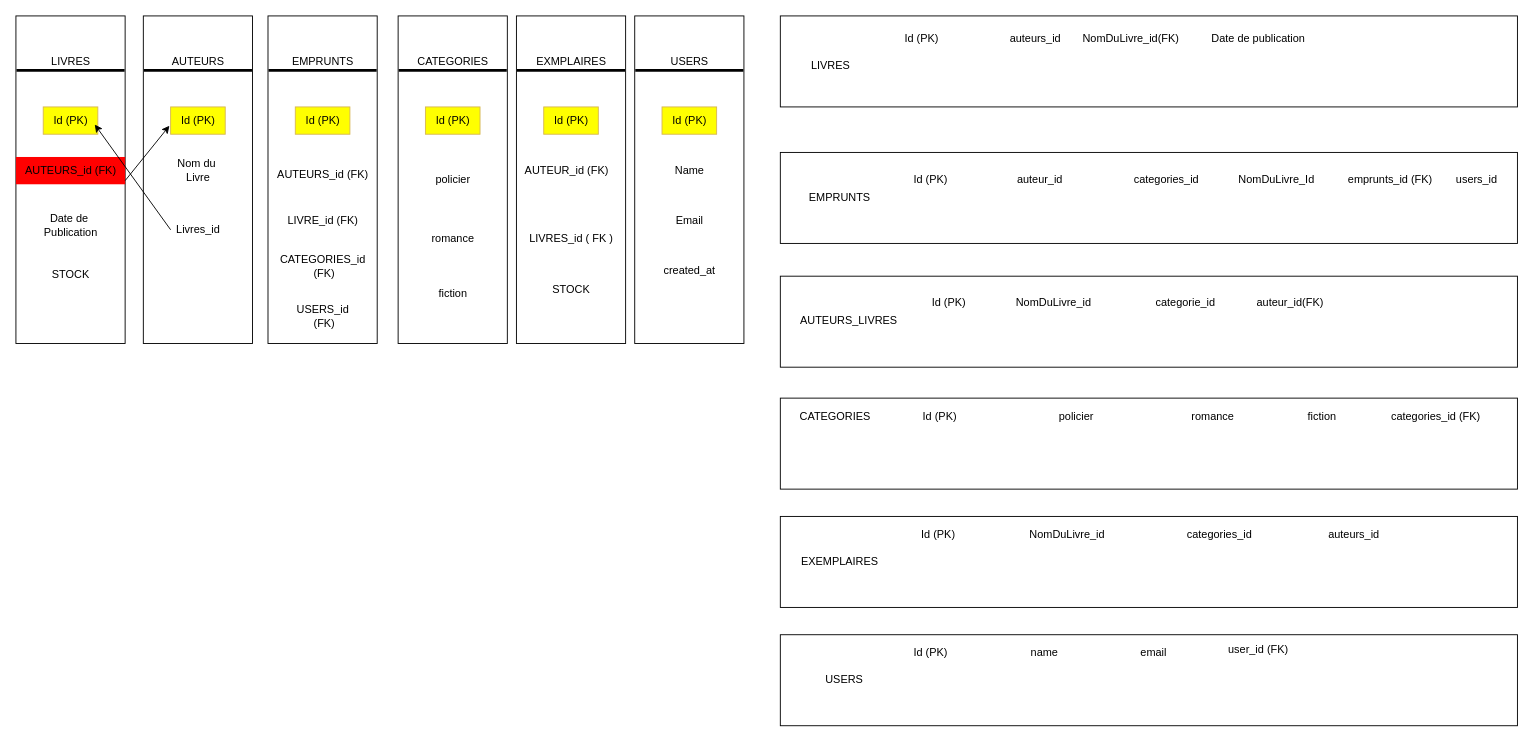
Earlier version of the draw.io diagram programming/node/Diagramme sans nom.drawio (Frantz-tech/current-training). Source tidied: cells renumbered, new cells numbered last; positions are measured from the earlier drawing's top-left corner, leaving out a move shared by most shapes. Both pictures are drawn from the tidied source at 91%, with x=0, y=0 at pixel (15, 15).
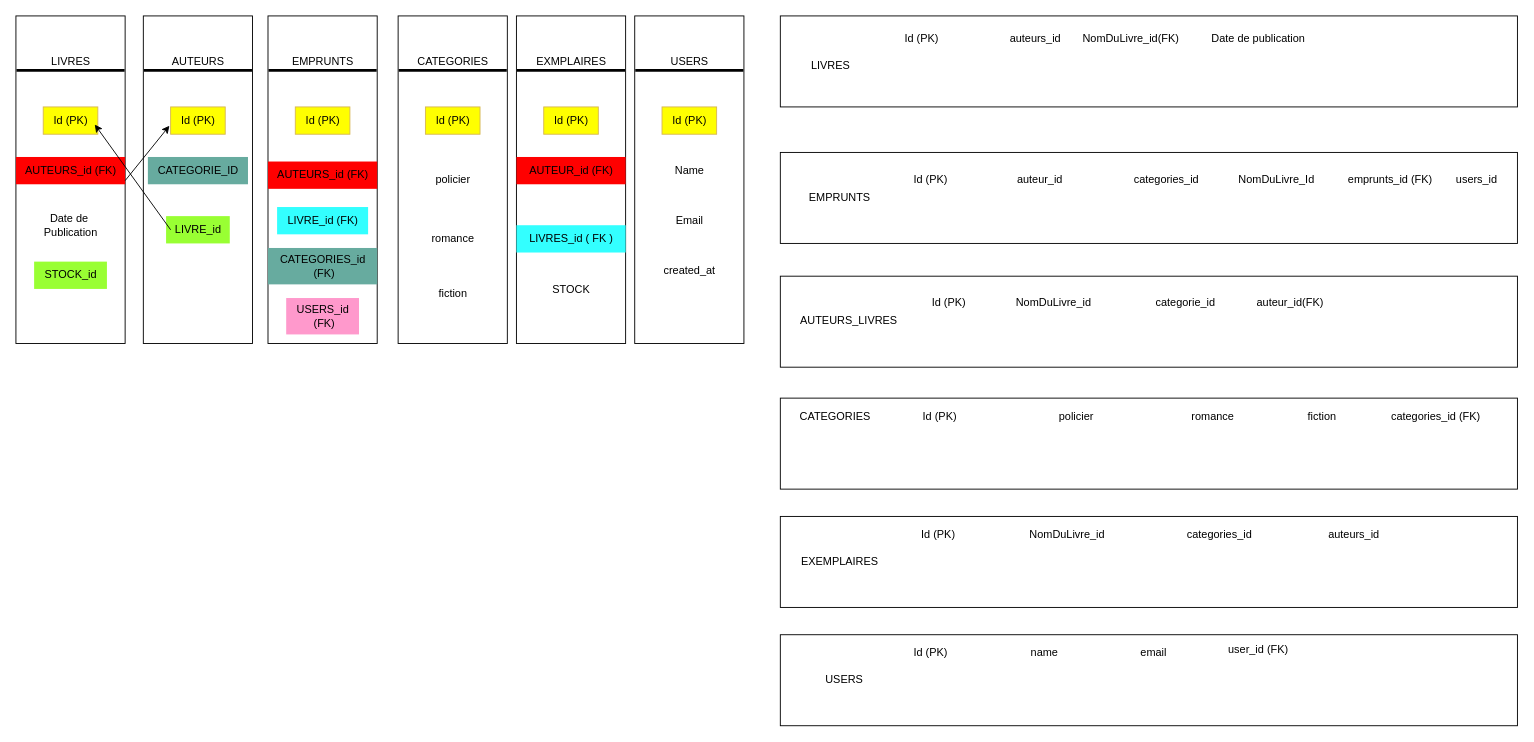
Above is the later version.

Commit message:
Diagramme exo 2

Diff of the diagram source:
```diff
@@
-    <mxCell id="50" value="Nom du&amp;nbsp;&lt;div&gt;Livre&lt;/div&gt;" style="text;html=1;align=center;verticalAlign=middle;strokeColor=none;fillColor=none;" parent="1" vertex="1">
-      <mxGeometry x="165" y="150" width="70" height="40" as="geometry" />
+    <mxCell id="50" value="CATEGORIE_ID" style="text;html=1;align=center;verticalAlign=middle;strokeColor=none;fillColor=#67AB9F;" parent="1" vertex="1">
+      <mxGeometry x="145" y="155" width="110" height="30" as="geometry" />
     </mxCell>
-    <mxCell id="51" value="Livres_id" style="text;html=1;align=center;verticalAlign=middle;strokeColor=none;fillColor=none;" parent="1" vertex="1">
+    <mxCell id="51" value="LIVRE_id" style="text;html=1;align=center;verticalAlign=middle;strokeColor=none;fillColor=#99FF33;" parent="1" vertex="1">
       <mxGeometry x="165" y="220" width="70" height="30" as="geometry" />
     </mxCell>
@@
-    <mxCell id="59" value="AUTEURS_id (FK)" style="text;html=1;align=center;verticalAlign=middle;strokeColor=none;fillColor=none;" parent="1" vertex="1">
+    <mxCell id="59" value="AUTEURS_id (FK)" style="text;html=1;align=center;verticalAlign=middle;strokeColor=none;fillColor=#FF0000;" parent="1" vertex="1">
       <mxGeometry x="277" y="160" width="120" height="30" as="geometry" />
     </mxCell>
-    <mxCell id="60" value="LIVRE_id (FK)" style="text;html=1;align=center;verticalAlign=middle;strokeColor=none;fillColor=none;" parent="1" vertex="1">
+    <mxCell id="60" value="LIVRE_id (FK)" style="text;html=1;align=center;verticalAlign=middle;strokeColor=none;fillColor=#33FFFF;" parent="1" vertex="1">
       <mxGeometry x="287" y="210" width="100" height="30" as="geometry" />
     </mxCell>
-    <mxCell id="61" value="CATEGORIES_id&lt;div&gt;&amp;nbsp;(FK)&lt;/div&gt;" style="text;html=1;align=center;verticalAlign=middle;strokeColor=none;fillColor=none;" parent="1" vertex="1">
+    <mxCell id="61" value="CATEGORIES_id&lt;div&gt;&amp;nbsp;(FK)&lt;/div&gt;" style="text;html=1;align=center;verticalAlign=middle;strokeColor=none;fillColor=#67AB9F;" parent="1" vertex="1">
       <mxGeometry x="277" y="255" width="120" height="40" as="geometry" />
     </mxCell>
@@
-    <mxCell id="75" value="AUTEUR_id (FK)" style="text;html=1;align=center;verticalAlign=middle;strokeColor=none;fillColor=none;" parent="1" vertex="1">
-      <mxGeometry x="545" y="155" width="120" height="30" as="geometry" />
+    <mxCell id="75" value="AUTEUR_id (FK)" style="text;html=1;align=center;verticalAlign=middle;strokeColor=none;fillColor=#FF0000;" parent="1" vertex="1">
+      <mxGeometry x="550" y="155" width="120" height="30" as="geometry" />
     </mxCell>
-    <mxCell id="76" value="LIVRES_id ( FK )" style="text;html=1;align=center;verticalAlign=middle;strokeColor=none;fillColor=none;" parent="1" vertex="1">
+    <mxCell id="76" value="LIVRES_id ( FK )" style="text;html=1;align=center;verticalAlign=middle;strokeColor=none;fillColor=#33FFFF;" parent="1" vertex="1">
       <mxGeometry x="550" y="230" width="120" height="30" as="geometry" />
     </mxCell>
@@
-    <mxCell id="83" value="USERS_id&lt;div&gt;&amp;nbsp;(FK)&lt;/div&gt;" style="text;html=1;align=center;verticalAlign=middle;strokeColor=none;fillColor=none;" parent="1" vertex="1">
+    <mxCell id="83" value="USERS_id&lt;div&gt;&amp;nbsp;(FK)&lt;/div&gt;" style="text;html=1;align=center;verticalAlign=middle;strokeColor=none;fillColor=#FF99CC;" parent="1" vertex="1">
       <mxGeometry x="297" y="310" width="80" height="40" as="geometry" />
     </mxCell>
-    <mxCell id="84" value="STOCK" style="text;html=1;align=center;verticalAlign=middle;strokeColor=none;fillColor=none;" parent="1" vertex="1">
-      <mxGeometry x="30" y="270" width="60" height="30" as="geometry" />
+    <mxCell id="84" value="STOCK_id" style="text;html=1;align=center;verticalAlign=middle;strokeColor=none;fillColor=#99FF33;" parent="1" vertex="1">
+      <mxGeometry x="20" y="270" width="80" height="30" as="geometry" />
     </mxCell>
```
